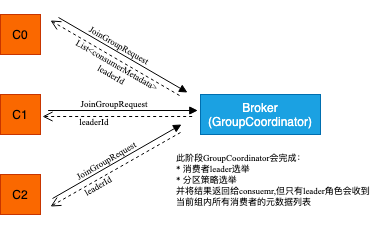
Above: com.guann1n9.diagrams/kakfa/join group.png in GuanN1ng/diagrams (draw.io), before the change. Source tidied: cells renumbered, new cells last; positions are measured from the earlier drawing's top-left corner, leaving out a move shared by most shapes. Its diagram source:
```xml
<mxGraphModel>
  <root>
    <mxCell id="0" />
    <mxCell id="1" parent="0" />
    <mxCell id="2" value="C0" style="whiteSpace=wrap;html=1;fillColor=#fa6800;fontColor=#000000;strokeColor=#C73500;" parent="1" vertex="1">
      <mxGeometry width="40" height="40" as="geometry" />
    </mxCell>
    <mxCell id="3" value="C1" style="whiteSpace=wrap;html=1;fillColor=#fa6800;fontColor=#000000;strokeColor=#C73500;" parent="1" vertex="1">
      <mxGeometry y="80" width="40" height="40" as="geometry" />
    </mxCell>
    <mxCell id="4" value="C2" style="whiteSpace=wrap;html=1;fillColor=#fa6800;fontColor=#000000;strokeColor=#C73500;" parent="1" vertex="1">
      <mxGeometry y="160" width="40" height="40" as="geometry" />
    </mxCell>
    <mxCell id="5" value="Broker&lt;br&gt;(GroupCoordinator)" style="rounded=0;whiteSpace=wrap;html=1;fillColor=#1ba1e2;fontColor=#ffffff;strokeColor=#006EAF;" parent="1" vertex="1">
      <mxGeometry x="200" y="80" width="120" height="40" as="geometry" />
    </mxCell>
    <mxCell id="6" style="group;" parent="1" vertex="1">
      <mxGeometry x="42" y="79" width="170" height="48" as="geometry" />
    </mxCell>
    <mxCell id="7" style="group;" parent="6" vertex="1">
      <mxGeometry y="17" width="155.3" height="6" as="geometry" />
    </mxCell>
    <mxCell id="8" style="html=1;verticalAlign=bottom;endArrow=block;rounded=0;fontFamily=Georgia;fontSize=1;" parent="7" edge="1">
      <mxGeometry relative="1" as="geometry">
        <mxPoint x="5.6" as="sourcePoint" />
        <mxPoint x="155.3" as="targetPoint" />
      </mxGeometry>
    </mxCell>
    <mxCell id="9" style="html=1;verticalAlign=bottom;endArrow=open;dashed=1;endSize=8;rounded=0;fontFamily=Georgia;fontSize=1;" parent="7" edge="1">
      <mxGeometry x="-0.05" y="-7" relative="1" as="geometry">
        <mxPoint x="149.7" y="6" as="sourcePoint" />
        <mxPoint y="6" as="targetPoint" />
      </mxGeometry>
    </mxCell>
    <mxCell id="10" value="JoinGroupRequest" style="text;strokeColor=none;fillColor=none;spacingLeft=4;spacingRight=4;overflow=hidden;fontSize=9;rounded=0;glass=0;sketch=0;fontFamily=Times New Roman;opacity=90;spacing=1;" parent="6" vertex="1">
      <mxGeometry x="33.5" width="136.5" height="30" as="geometry" />
    </mxCell>
    <mxCell id="11" value="leaderId" style="text;strokeColor=none;fillColor=none;spacingLeft=4;spacingRight=4;overflow=hidden;fontSize=9;rounded=0;glass=0;sketch=0;fontFamily=Times New Roman;opacity=90;spacing=1;" parent="6" vertex="1">
      <mxGeometry x="32.1" y="18" width="136.5" height="30" as="geometry" />
    </mxCell>
    <mxCell id="12" style="group;rotation=-30;" parent="1" vertex="1">
      <mxGeometry x="39" y="127" width="170" height="48" as="geometry" />
    </mxCell>
    <mxCell id="13" style="group;rotation=-30;" parent="12" vertex="1">
      <mxGeometry x="-1" y="21" width="155.3" height="6" as="geometry" />
    </mxCell>
    <mxCell id="14" style="html=1;verticalAlign=bottom;endArrow=block;rounded=0;fontFamily=Georgia;fontSize=1;" parent="13" edge="1">
      <mxGeometry relative="1" as="geometry">
        <mxPoint x="14" y="36" as="sourcePoint" />
        <mxPoint x="143" y="-38" as="targetPoint" />
      </mxGeometry>
    </mxCell>
    <mxCell id="15" style="html=1;verticalAlign=bottom;endArrow=open;dashed=1;endSize=8;rounded=0;fontFamily=Georgia;fontSize=1;" parent="13" edge="1">
      <mxGeometry x="-0.05" y="-7" relative="1" as="geometry">
        <mxPoint x="142" y="-30" as="sourcePoint" />
        <mxPoint x="12" y="44" as="targetPoint" />
      </mxGeometry>
    </mxCell>
    <mxCell id="16" value="JoinGroupRequest" style="text;strokeColor=none;fillColor=none;spacingLeft=4;spacingRight=4;overflow=hidden;fontSize=9;rounded=0;glass=0;sketch=0;fontFamily=Times New Roman;opacity=90;spacing=1;rotation=-30;" parent="12" vertex="1">
      <mxGeometry x="27" y="-7" width="136.5" height="30" as="geometry" />
    </mxCell>
    <mxCell id="17" value="leaderId" style="text;strokeColor=none;fillColor=none;spacingLeft=4;spacingRight=4;overflow=hidden;fontSize=9;rounded=0;glass=0;sketch=0;fontFamily=Times New Roman;opacity=90;spacing=1;rotation=-30;" parent="12" vertex="1">
      <mxGeometry x="35" y="9" width="136.5" height="30" as="geometry" />
    </mxCell>
    <mxCell id="18" style="group;rotation=30;" parent="1" vertex="1">
      <mxGeometry x="38" y="25" width="170" height="48" as="geometry" />
    </mxCell>
    <mxCell id="19" style="group;rotation=30;" parent="18" vertex="1">
      <mxGeometry x="3" y="14" width="155.3" height="6" as="geometry" />
    </mxCell>
    <mxCell id="20" style="html=1;verticalAlign=bottom;endArrow=block;rounded=0;fontFamily=Georgia;fontSize=1;" parent="19" edge="1">
      <mxGeometry relative="1" as="geometry">
        <mxPoint x="17" y="-36" as="sourcePoint" />
        <mxPoint x="146" y="39" as="targetPoint" />
      </mxGeometry>
    </mxCell>
    <mxCell id="21" style="html=1;verticalAlign=bottom;endArrow=open;dashed=1;endSize=8;rounded=0;fontFamily=Georgia;fontSize=1;" parent="19" edge="1">
      <mxGeometry x="-0.05" y="-7" relative="1" as="geometry">
        <mxPoint x="138" y="42" as="sourcePoint" />
        <mxPoint x="9" y="-33" as="targetPoint" />
      </mxGeometry>
    </mxCell>
    <mxCell id="22" value="JoinGroupRequest" style="text;strokeColor=none;fillColor=none;spacingLeft=4;spacingRight=4;overflow=hidden;fontSize=9;rounded=0;glass=0;sketch=0;fontFamily=Times New Roman;opacity=90;spacing=1;rotation=30;" parent="18" vertex="1">
      <mxGeometry x="36" y="10" width="136.5" height="30" as="geometry" />
    </mxCell>
    <mxCell id="23" value="List&lt;consumerMetadata&gt;&#10;leaderId" style="text;strokeColor=none;fillColor=none;spacingLeft=4;spacingRight=4;overflow=hidden;fontSize=9;rounded=0;glass=0;sketch=0;fontFamily=Times New Roman;opacity=90;spacing=1;rotation=30;align=center;" parent="18" vertex="1">
      <mxGeometry x="8" y="15" width="136.5" height="30" as="geometry" />
    </mxCell>
    <mxCell id="24" value="此阶段GroupCoordinator会完成：&#10;* 消费者leader选举&#10;* 分区策略选举&#10;并将结果返回给consuemr,但只有leader角色会收到&#10;当前组内所有消费者的元数据列表" style="text;strokeColor=none;fillColor=none;spacingLeft=4;spacingRight=4;overflow=hidden;fontSize=9;rounded=0;glass=0;sketch=0;fontFamily=Times New Roman;opacity=90;spacing=1;" parent="1" vertex="1">
      <mxGeometry x="171" y="133" width="203" height="62" as="geometry" />
    </mxCell>
  </root>
</mxGraphModel>
```
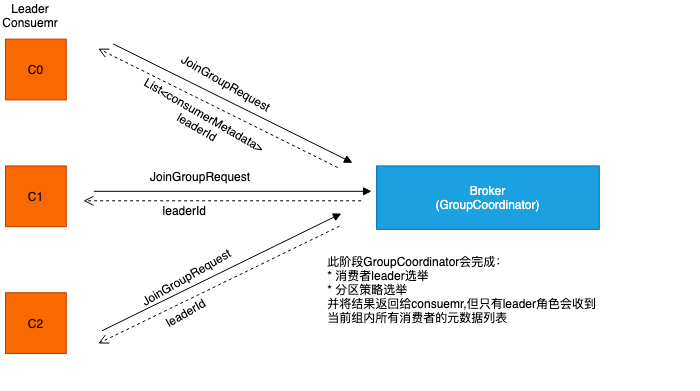
After the change.

Diff of the diagram source:
```diff
@@ -2,92 +2,98 @@
   <root>
     <mxCell id="0" />
     <mxCell id="1" parent="0" />
+    <mxCell id="25" style="group;fontFamily=Helvetica;" parent="1" vertex="1">
+      <mxGeometry x="212" y="-94" width="694" height="362.3" as="geometry" />
+    </mxCell>
-    <mxCell id="2" value="C0" style="whiteSpace=wrap;html=1;fillColor=#fa6800;fontColor=#000000;strokeColor=#C73500;" parent="1" vertex="1">
-      <mxGeometry width="40" height="40" as="geometry" />
+    <mxCell id="2" value="C0" style="whiteSpace=wrap;html=1;fillColor=#fa6800;fontColor=#000000;strokeColor=#C73500;fontSize=12;fontFamily=Helvetica;" parent="25" vertex="1">
+      <mxGeometry y="22.6" width="60.8" height="60.8" as="geometry" />
     </mxCell>
-    <mxCell id="3" value="C1" style="whiteSpace=wrap;html=1;fillColor=#fa6800;fontColor=#000000;strokeColor=#C73500;" parent="1" vertex="1">
-      <mxGeometry y="80" width="40" height="40" as="geometry" />
+    <mxCell id="3" value="C1" style="whiteSpace=wrap;html=1;fillColor=#fa6800;fontColor=#000000;strokeColor=#C73500;fontSize=12;fontFamily=Helvetica;" parent="25" vertex="1">
+      <mxGeometry y="149.4" width="60.8" height="60.8" as="geometry" />
     </mxCell>
-    <mxCell id="4" value="C2" style="whiteSpace=wrap;html=1;fillColor=#fa6800;fontColor=#000000;strokeColor=#C73500;" parent="1" vertex="1">
-      <mxGeometry y="160" width="40" height="40" as="geometry" />
+    <mxCell id="4" value="C2" style="whiteSpace=wrap;html=1;fillColor=#fa6800;fontColor=#000000;strokeColor=#C73500;fontSize=12;fontFamily=Helvetica;" parent="25" vertex="1">
+      <mxGeometry y="276.2" width="60.8" height="60.8" as="geometry" />
     </mxCell>
-    <mxCell id="5" value="Broker&lt;br&gt;(GroupCoordinator)" style="rounded=0;whiteSpace=wrap;html=1;fillColor=#1ba1e2;fontColor=#ffffff;strokeColor=#006EAF;" parent="1" vertex="1">
-      <mxGeometry x="200" y="80" width="120" height="40" as="geometry" />
+    <mxCell id="5" value="Broker&lt;br style=&quot;font-size: 12px;&quot;&gt;(GroupCoordinator)" style="rounded=0;whiteSpace=wrap;html=1;fillColor=#1ba1e2;fontColor=#ffffff;strokeColor=#006EAF;fontSize=12;fontFamily=Helvetica;" parent="25" vertex="1">
+      <mxGeometry x="371.1" y="149.4" width="222.7" height="63.4" as="geometry" />
     </mxCell>
-    <mxCell id="6" style="group;" parent="1" vertex="1">
-      <mxGeometry x="42" y="79" width="170" height="48" as="geometry" />
+    <mxCell id="6" style="group;fontSize=12;fontFamily=Helvetica;" parent="25" vertex="1">
+      <mxGeometry x="77.9" y="147.9" width="315.5" height="76.1" as="geometry" />
     </mxCell>
-    <mxCell id="7" style="group;" parent="6" vertex="1">
-      <mxGeometry y="17" width="155.3" height="6" as="geometry" />
+    <mxCell id="7" style="group;fontSize=12;fontFamily=Helvetica;" parent="6" vertex="1">
+      <mxGeometry y="26.9" width="288.1" height="9.5" as="geometry" />
     </mxCell>
-    <mxCell id="8" style="html=1;verticalAlign=bottom;endArrow=block;rounded=0;fontFamily=Georgia;fontSize=1;" parent="7" edge="1">
+    <mxCell id="8" style="html=1;verticalAlign=bottom;endArrow=block;rounded=0;fontFamily=Helvetica;fontSize=12;" parent="7" edge="1">
       <mxGeometry relative="1" as="geometry">
-        <mxPoint x="5.6" as="sourcePoint" />
-        <mxPoint x="155.3" as="targetPoint" />
+        <mxPoint x="10.4" as="sourcePoint" />
+        <mxPoint x="288.1" as="targetPoint" />
       </mxGeometry>
     </mxCell>
-    <mxCell id="9" style="html=1;verticalAlign=bottom;endArrow=open;dashed=1;endSize=8;rounded=0;fontFamily=Georgia;fontSize=1;" parent="7" edge="1">
+    <mxCell id="9" style="html=1;verticalAlign=bottom;endArrow=open;dashed=1;endSize=8;rounded=0;fontFamily=Helvetica;fontSize=12;" parent="7" edge="1">
       <mxGeometry x="-0.05" y="-7" relative="1" as="geometry">
-        <mxPoint x="149.7" y="6" as="sourcePoint" />
-        <mxPoint y="6" as="targetPoint" />
+        <mxPoint x="277.7" y="9.5" as="sourcePoint" />
+        <mxPoint y="9.5" as="targetPoint" />
       </mxGeometry>
     </mxCell>
-    <mxCell id="10" value="JoinGroupRequest" style="text;strokeColor=none;fillColor=none;spacingLeft=4;spacingRight=4;overflow=hidden;fontSize=9;rounded=0;glass=0;sketch=0;fontFamily=Times New Roman;opacity=90;spacing=1;" parent="6" vertex="1">
-      <mxGeometry x="33.5" width="136.5" height="30" as="geometry" />
+    <mxCell id="10" value="JoinGroupRequest" style="text;strokeColor=none;fillColor=none;spacingLeft=4;spacingRight=4;overflow=hidden;fontSize=12;rounded=0;glass=0;sketch=0;fontFamily=Helvetica;opacity=90;spacing=1;" parent="6" vertex="1">
+      <mxGeometry x="62.1" width="253.4" height="47.5" as="geometry" />
     </mxCell>
-    <mxCell id="11" value="leaderId" style="text;strokeColor=none;fillColor=none;spacingLeft=4;spacingRight=4;overflow=hidden;fontSize=9;rounded=0;glass=0;sketch=0;fontFamily=Times New Roman;opacity=90;spacing=1;" parent="6" vertex="1">
-      <mxGeometry x="32.1" y="18" width="136.5" height="30" as="geometry" />
+    <mxCell id="11" value="leaderId" style="text;strokeColor=none;fillColor=none;spacingLeft=4;spacingRight=4;overflow=hidden;fontSize=12;rounded=0;glass=0;sketch=0;fontFamily=Helvetica;opacity=90;spacing=1;" parent="6" vertex="1">
+      <mxGeometry x="74.6" y="34.5" width="253.4" height="47.5" as="geometry" />
     </mxCell>
-    <mxCell id="12" style="group;rotation=-30;" parent="1" vertex="1">
-      <mxGeometry x="39" y="127" width="170" height="48" as="geometry" />
+    <mxCell id="12" style="group;rotation=-30;fontSize=12;fontFamily=Helvetica;" parent="25" vertex="1">
+      <mxGeometry x="72.4" y="223.9" width="315.5" height="76.1" as="geometry" />
     </mxCell>
-    <mxCell id="13" style="group;rotation=-30;" parent="12" vertex="1">
-      <mxGeometry x="-1" y="21" width="155.3" height="6" as="geometry" />
+    <mxCell id="13" style="group;rotation=-30;fontSize=12;fontFamily=Helvetica;" parent="12" vertex="1">
+      <mxGeometry x="-1.9" y="33.3" width="288.1" height="9.5" as="geometry" />
     </mxCell>
-    <mxCell id="14" style="html=1;verticalAlign=bottom;endArrow=block;rounded=0;fontFamily=Georgia;fontSize=1;" parent="13" edge="1">
+    <mxCell id="14" style="html=1;verticalAlign=bottom;endArrow=block;rounded=0;fontFamily=Helvetica;fontSize=12;" parent="13" edge="1">
       <mxGeometry relative="1" as="geometry">
-        <mxPoint x="14" y="36" as="sourcePoint" />
-        <mxPoint x="143" y="-38" as="targetPoint" />
+        <mxPoint x="26" y="57.1" as="sourcePoint" />
+        <mxPoint x="265.4" y="-60.2" as="targetPoint" />
       </mxGeometry>
     </mxCell>
-    <mxCell id="15" style="html=1;verticalAlign=bottom;endArrow=open;dashed=1;endSize=8;rounded=0;fontFamily=Georgia;fontSize=1;" parent="13" edge="1">
+    <mxCell id="15" style="html=1;verticalAlign=bottom;endArrow=open;dashed=1;endSize=8;rounded=0;fontFamily=Helvetica;fontSize=12;" parent="13" edge="1">
       <mxGeometry x="-0.05" y="-7" relative="1" as="geometry">
-        <mxPoint x="142" y="-30" as="sourcePoint" />
-        <mxPoint x="12" y="44" as="targetPoint" />
+        <mxPoint x="263.5" y="-47.5" as="sourcePoint" />
+        <mxPoint x="22.3" y="69.7" as="targetPoint" />
       </mxGeometry>
     </mxCell>
-    <mxCell id="16" value="JoinGroupRequest" style="text;strokeColor=none;fillColor=none;spacingLeft=4;spacingRight=4;overflow=hidden;fontSize=9;rounded=0;glass=0;sketch=0;fontFamily=Times New Roman;opacity=90;spacing=1;rotation=-30;" parent="12" vertex="1">
-      <mxGeometry x="27" y="-7" width="136.5" height="30" as="geometry" />
+    <mxCell id="16" value="JoinGroupRequest" style="text;strokeColor=none;fillColor=none;spacingLeft=4;spacingRight=4;overflow=hidden;fontSize=12;rounded=0;glass=0;sketch=0;fontFamily=Helvetica;opacity=90;spacing=1;rotation=-30;" parent="12" vertex="1">
+      <mxGeometry x="50.1" y="-13.1" width="253.4" height="47.5" as="geometry" />
     </mxCell>
-    <mxCell id="17" value="leaderId" style="text;strokeColor=none;fillColor=none;spacingLeft=4;spacingRight=4;overflow=hidden;fontSize=9;rounded=0;glass=0;sketch=0;fontFamily=Times New Roman;opacity=90;spacing=1;rotation=-30;" parent="12" vertex="1">
-      <mxGeometry x="35" y="9" width="136.5" height="30" as="geometry" />
+    <mxCell id="17" value="leaderId" style="text;strokeColor=none;fillColor=none;spacingLeft=4;spacingRight=4;overflow=hidden;fontSize=12;rounded=0;glass=0;sketch=0;fontFamily=Helvetica;opacity=90;spacing=1;rotation=-30;" parent="12" vertex="1">
+      <mxGeometry x="73.9" y="8.3" width="253.4" height="47.5" as="geometry" />
     </mxCell>
-    <mxCell id="18" style="group;rotation=30;" parent="1" vertex="1">
-      <mxGeometry x="38" y="25" width="170" height="48" as="geometry" />
+    <mxCell id="18" style="group;rotation=30;fontSize=12;fontFamily=Helvetica;" parent="25" vertex="1">
+      <mxGeometry x="70.5" y="62.3" width="315.5" height="76.1" as="geometry" />
     </mxCell>
-    <mxCell id="19" style="group;rotation=30;" parent="18" vertex="1">
-      <mxGeometry x="3" y="14" width="155.3" height="6" as="geometry" />
+    <mxCell id="19" style="group;rotation=30;fontSize=12;fontFamily=Helvetica;" parent="18" vertex="1">
+      <mxGeometry x="5.6" y="22.2" width="288.1" height="9.5" as="geometry" />
     </mxCell>
-    <mxCell id="20" style="html=1;verticalAlign=bottom;endArrow=block;rounded=0;fontFamily=Georgia;fontSize=1;" parent="19" edge="1">
+    <mxCell id="20" style="html=1;verticalAlign=bottom;endArrow=block;rounded=0;fontFamily=Helvetica;fontSize=12;" parent="19" edge="1">
       <mxGeometry relative="1" as="geometry">
-        <mxPoint x="17" y="-36" as="sourcePoint" />
-        <mxPoint x="146" y="39" as="targetPoint" />
+        <mxPoint x="31.5" y="-57.1" as="sourcePoint" />
+        <mxPoint x="270.9" y="61.8" as="targetPoint" />
       </mxGeometry>
     </mxCell>
-    <mxCell id="21" style="html=1;verticalAlign=bottom;endArrow=open;dashed=1;endSize=8;rounded=0;fontFamily=Georgia;fontSize=1;" parent="19" edge="1">
+    <mxCell id="21" style="html=1;verticalAlign=bottom;endArrow=open;dashed=1;endSize=8;rounded=0;fontFamily=Helvetica;fontSize=12;" parent="19" edge="1">
       <mxGeometry x="-0.05" y="-7" relative="1" as="geometry">
-        <mxPoint x="138" y="42" as="sourcePoint" />
-        <mxPoint x="9" y="-33" as="targetPoint" />
+        <mxPoint x="256.1" y="66.6" as="sourcePoint" />
+        <mxPoint x="16.7" y="-52.3" as="targetPoint" />
       </mxGeometry>
     </mxCell>
-    <mxCell id="22" value="JoinGroupRequest" style="text;strokeColor=none;fillColor=none;spacingLeft=4;spacingRight=4;overflow=hidden;fontSize=9;rounded=0;glass=0;sketch=0;fontFamily=Times New Roman;opacity=90;spacing=1;rotation=30;" parent="18" vertex="1">
-      <mxGeometry x="36" y="10" width="136.5" height="30" as="geometry" />
+    <mxCell id="22" value="JoinGroupRequest" style="text;strokeColor=none;fillColor=none;spacingLeft=4;spacingRight=4;overflow=hidden;fontSize=12;rounded=0;glass=0;sketch=0;fontFamily=Helvetica;opacity=90;spacing=1;rotation=30;" parent="18" vertex="1">
+      <mxGeometry x="79.8" y="26.8" width="253.4" height="47.5" as="geometry" />
     </mxCell>
-    <mxCell id="23" value="List&lt;consumerMetadata&gt;&#10;leaderId" style="text;strokeColor=none;fillColor=none;spacingLeft=4;spacingRight=4;overflow=hidden;fontSize=9;rounded=0;glass=0;sketch=0;fontFamily=Times New Roman;opacity=90;spacing=1;rotation=30;align=center;" parent="18" vertex="1">
-      <mxGeometry x="8" y="15" width="136.5" height="30" as="geometry" />
+    <mxCell id="23" value="List&lt;consumerMetadata&gt;&#10;leaderId" style="text;strokeColor=none;fillColor=none;spacingLeft=4;spacingRight=4;overflow=hidden;fontSize=12;rounded=0;glass=0;sketch=0;fontFamily=Helvetica;opacity=90;spacing=1;rotation=30;align=center;" parent="18" vertex="1">
+      <mxGeometry x="-4.2" y="22.8" width="253.4" height="47.5" as="geometry" />
     </mxCell>
-    <mxCell id="24" value="此阶段GroupCoordinator会完成：&#10;* 消费者leader选举&#10;* 分区策略选举&#10;并将结果返回给consuemr,但只有leader角色会收到&#10;当前组内所有消费者的元数据列表" style="text;strokeColor=none;fillColor=none;spacingLeft=4;spacingRight=4;overflow=hidden;fontSize=9;rounded=0;glass=0;sketch=0;fontFamily=Times New Roman;opacity=90;spacing=1;" parent="1" vertex="1">
-      <mxGeometry x="171" y="133" width="203" height="62" as="geometry" />
+    <mxCell id="24" value="此阶段GroupCoordinator会完成：&#10;* 消费者leader选举&#10;* 分区策略选举&#10;并将结果返回给consuemr,但只有leader角色会收到&#10;当前组内所有消费者的元数据列表" style="text;strokeColor=none;fillColor=none;spacingLeft=4;spacingRight=4;overflow=hidden;fontSize=12;rounded=0;glass=0;sketch=0;fontFamily=Helvetica;opacity=90;spacing=1;" parent="25" vertex="1">
+      <mxGeometry x="317.3" y="233.4" width="376.7" height="98.3" as="geometry" />
     </mxCell>
+    <mxCell id="26" value="Leader Consuemr" style="text;html=1;strokeColor=none;fillColor=none;align=center;verticalAlign=middle;whiteSpace=wrap;rounded=0;fontSize=12;fontFamily=Helvetica;" parent="1" vertex="1">
+      <mxGeometry x="207" y="-110" width="60" height="30" as="geometry" />
+    </mxCell>
   </root>
 </mxGraphModel>
```
